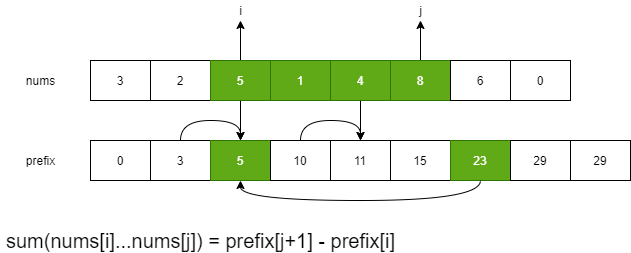
Before: Algorithm/Other/PrefixSum.drawio.png, a diagram exported from draw.io (futugyou/CodeFragments). Source tidied: cells renumbered, new cells last; positions are measured from the earlier drawing's top-left corner, leaving out a move shared by most shapes. The source it was exported from:
```xml
<mxGraphModel>
  <root>
    <mxCell id="0" />
    <mxCell id="1" parent="0" />
    <mxCell id="2" value="3" style="rounded=0;whiteSpace=wrap;html=1;" parent="1" vertex="1">
      <mxGeometry x="90" y="60" width="60" height="40" as="geometry" />
    </mxCell>
    <mxCell id="3" value="2" style="rounded=0;whiteSpace=wrap;html=1;" parent="1" vertex="1">
      <mxGeometry x="150" y="60" width="60" height="40" as="geometry" />
    </mxCell>
    <mxCell id="4" style="edgeStyle=orthogonalEdgeStyle;curved=1;rounded=0;jettySize=auto;html=1;exitX=0.5;exitY=1;exitDx=0;exitDy=0;entryX=0.5;entryY=0;entryDx=0;entryDy=0;" parent="1" edge="1" source="6" target="17">
      <mxGeometry relative="1" as="geometry" />
    </mxCell>
    <mxCell id="5" style="edgeStyle=orthogonalEdgeStyle;curved=1;rounded=0;jettySize=auto;html=1;exitX=0.5;exitY=0;exitDx=0;exitDy=0;" parent="1" edge="1" source="6">
      <mxGeometry relative="1" as="geometry">
        <mxPoint x="240" y="20" as="targetPoint" />
      </mxGeometry>
    </mxCell>
    <mxCell id="6" value="5" style="rounded=0;whiteSpace=wrap;html=1;fillColor=#60a917;strokeColor=#2D7600;fontColor=#ffffff;" parent="1" vertex="1">
      <mxGeometry x="210" y="60" width="60" height="40" as="geometry" />
    </mxCell>
    <mxCell id="7" style="edgeStyle=orthogonalEdgeStyle;curved=1;rounded=0;jettySize=auto;html=1;exitX=0.5;exitY=1;exitDx=0;exitDy=0;entryX=0.5;entryY=0;entryDx=0;entryDy=0;" parent="1" edge="1" source="9" target="20">
      <mxGeometry relative="1" as="geometry" />
    </mxCell>
    <mxCell id="8" value="1" style="rounded=0;whiteSpace=wrap;html=1;fillColor=#60a917;strokeColor=#2D7600;fontColor=#ffffff;" parent="1" vertex="1">
      <mxGeometry x="270" y="60" width="60" height="40" as="geometry" />
    </mxCell>
    <mxCell id="9" value="4" style="rounded=0;whiteSpace=wrap;html=1;fillColor=#60a917;strokeColor=#2D7600;fontColor=#ffffff;" parent="1" vertex="1">
      <mxGeometry x="330" y="60" width="60" height="40" as="geometry" />
    </mxCell>
    <mxCell id="10" style="edgeStyle=orthogonalEdgeStyle;curved=1;rounded=0;jettySize=auto;html=1;exitX=0.5;exitY=0;exitDx=0;exitDy=0;" parent="1" edge="1" source="11">
      <mxGeometry relative="1" as="geometry">
        <mxPoint x="420" y="20" as="targetPoint" />
      </mxGeometry>
    </mxCell>
    <mxCell id="11" value="8" style="rounded=0;whiteSpace=wrap;html=1;fillColor=#60a917;strokeColor=#2D7600;fontColor=#ffffff;" parent="1" vertex="1">
      <mxGeometry x="390" y="60" width="60" height="40" as="geometry" />
    </mxCell>
    <mxCell id="12" value="6" style="rounded=0;whiteSpace=wrap;html=1;" parent="1" vertex="1">
      <mxGeometry x="450" y="60" width="60" height="40" as="geometry" />
    </mxCell>
    <mxCell id="13" value="0" style="rounded=0;whiteSpace=wrap;html=1;" parent="1" vertex="1">
      <mxGeometry x="510" y="60" width="60" height="40" as="geometry" />
    </mxCell>
    <mxCell id="14" value="nums" style="text;html=1;align=center;verticalAlign=middle;strokeColor=none;" parent="1" vertex="1">
      <mxGeometry x="20" y="70" width="40" height="20" as="geometry" />
    </mxCell>
    <mxCell id="15" value="3" style="rounded=0;whiteSpace=wrap;html=1;" parent="1" vertex="1">
      <mxGeometry x="150" y="140" width="60" height="40" as="geometry" />
    </mxCell>
    <mxCell id="16" style="edgeStyle=orthogonalEdgeStyle;curved=1;rounded=0;jettySize=auto;html=1;exitX=0.5;exitY=0;exitDx=0;exitDy=0;entryX=0.5;entryY=0;entryDx=0;entryDy=0;" parent="1" edge="1" source="15" target="17">
      <mxGeometry relative="1" as="geometry" />
    </mxCell>
    <mxCell id="17" value="5" style="rounded=0;whiteSpace=wrap;html=1;fillColor=#60a917;strokeColor=#2D7600;fontColor=#ffffff;" parent="1" vertex="1">
      <mxGeometry x="210" y="140" width="60" height="40" as="geometry" />
    </mxCell>
    <mxCell id="18" style="edgeStyle=orthogonalEdgeStyle;curved=1;rounded=0;jettySize=auto;html=1;exitX=0.5;exitY=0;exitDx=0;exitDy=0;entryX=0.5;entryY=0;entryDx=0;entryDy=0;" parent="1" edge="1" source="19" target="20">
      <mxGeometry relative="1" as="geometry" />
    </mxCell>
    <mxCell id="19" value="10" style="rounded=0;whiteSpace=wrap;html=1;" parent="1" vertex="1">
      <mxGeometry x="270" y="140" width="60" height="40" as="geometry" />
    </mxCell>
    <mxCell id="20" value="11" style="rounded=0;whiteSpace=wrap;html=1;" parent="1" vertex="1">
      <mxGeometry x="330" y="140" width="60" height="40" as="geometry" />
    </mxCell>
    <mxCell id="21" value="15" style="rounded=0;whiteSpace=wrap;html=1;" parent="1" vertex="1">
      <mxGeometry x="390" y="140" width="60" height="40" as="geometry" />
    </mxCell>
    <mxCell id="22" value="23" style="rounded=0;whiteSpace=wrap;html=1;fillColor=#60a917;strokeColor=#2D7600;fontColor=#ffffff;" parent="1" vertex="1">
      <mxGeometry x="450" y="140" width="60" height="40" as="geometry" />
    </mxCell>
    <mxCell id="23" style="edgeStyle=orthogonalEdgeStyle;curved=1;rounded=0;jettySize=auto;html=1;exitX=0.5;exitY=1;exitDx=0;exitDy=0;entryX=0.5;entryY=1;entryDx=0;entryDy=0;" parent="1" edge="1" source="22" target="17">
      <mxGeometry relative="1" as="geometry" />
    </mxCell>
    <mxCell id="24" value="29" style="rounded=0;whiteSpace=wrap;html=1;" parent="1" vertex="1">
      <mxGeometry x="510" y="140" width="60" height="40" as="geometry" />
    </mxCell>
    <mxCell id="25" value="29" style="rounded=0;whiteSpace=wrap;html=1;" parent="1" vertex="1">
      <mxGeometry x="570" y="140" width="60" height="40" as="geometry" />
    </mxCell>
    <mxCell id="26" value="prefix" style="text;html=1;align=center;verticalAlign=middle;strokeColor=none;" parent="1" vertex="1">
      <mxGeometry x="20" y="150" width="40" height="20" as="geometry" />
    </mxCell>
    <mxCell id="27" value="0" style="rounded=0;whiteSpace=wrap;html=1;" parent="1" vertex="1">
      <mxGeometry x="90" y="140" width="60" height="40" as="geometry" />
    </mxCell>
    <mxCell id="28" value="&lt;font style=&quot;font-size: 20px&quot;&gt;sum(nums[i]...nums[j]) = prefix[j+1] - prefix[i]&lt;/font&gt;" style="text;html=1;align=center;verticalAlign=middle;strokeColor=none;" parent="1" vertex="1">
      <mxGeometry y="230" width="400" height="20" as="geometry" />
    </mxCell>
    <mxCell id="29" value="i" style="text;html=1;align=center;verticalAlign=middle;strokeColor=none;" parent="1" vertex="1">
      <mxGeometry x="230" width="20" height="20" as="geometry" />
    </mxCell>
    <mxCell id="30" value="j" style="text;html=1;align=center;verticalAlign=middle;strokeColor=none;" parent="1" vertex="1">
      <mxGeometry x="410" width="20" height="20" as="geometry" />
    </mxCell>
  </root>
</mxGraphModel>
```
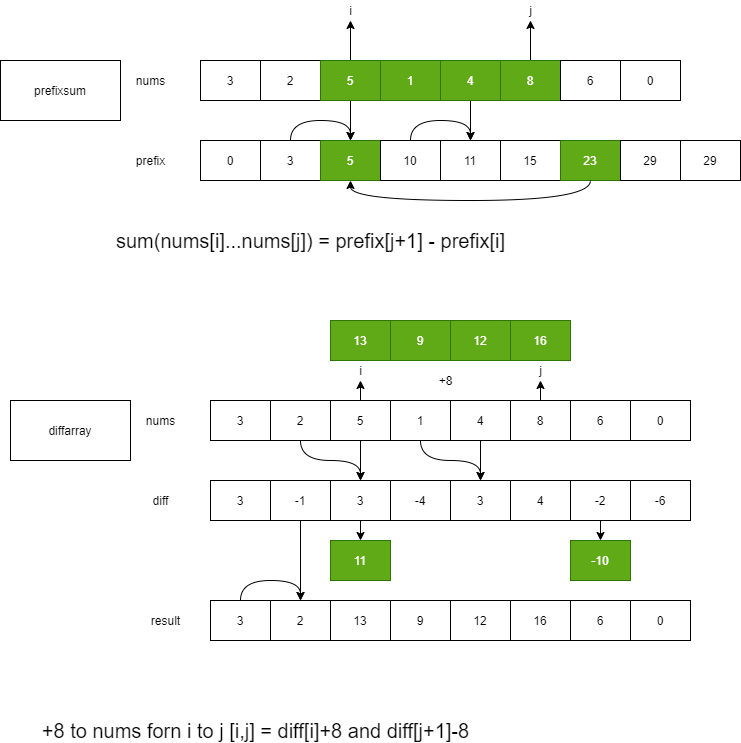
The same diagram one commit later.

Commit message:
add diff array

Change to the diagram source:
```diff
@@ -93,5 +93,158 @@
     <mxCell id="30" value="j" style="text;html=1;align=center;verticalAlign=middle;strokeColor=none;" parent="1" vertex="1">
       <mxGeometry x="410" width="20" height="20" as="geometry" />
     </mxCell>
+    <mxCell id="31" value="prefixsum" style="whiteSpace=wrap;html=1;" parent="1" vertex="1">
+      <mxGeometry x="-110" y="60" width="120" height="60" as="geometry" />
+    </mxCell>
+    <mxCell id="32" value="3" style="rounded=0;whiteSpace=wrap;html=1;" parent="1" vertex="1">
+      <mxGeometry x="100" y="400" width="60" height="40" as="geometry" />
+    </mxCell>
+    <mxCell id="33" value="2" style="rounded=0;whiteSpace=wrap;html=1;" parent="1" vertex="1">
+      <mxGeometry x="160" y="400" width="60" height="40" as="geometry" />
+    </mxCell>
+    <mxCell id="34" style="edgeStyle=orthogonalEdgeStyle;curved=1;rounded=0;jettySize=auto;html=1;exitX=0.5;exitY=1;exitDx=0;exitDy=0;entryX=0.5;entryY=0;entryDx=0;entryDy=0;" parent="1" edge="1" source="36" target="49">
+      <mxGeometry relative="1" as="geometry" />
+    </mxCell>
+    <mxCell id="35" style="edgeStyle=orthogonalEdgeStyle;curved=1;rounded=0;jettySize=auto;html=1;exitX=0.5;exitY=0;exitDx=0;exitDy=0;" parent="1" edge="1" source="36">
+      <mxGeometry relative="1" as="geometry">
+        <mxPoint x="250" y="380" as="targetPoint" />
+      </mxGeometry>
+    </mxCell>
+    <mxCell id="36" value="5" style="rounded=0;whiteSpace=wrap;html=1;" parent="1" vertex="1">
+      <mxGeometry x="220" y="400" width="60" height="40" as="geometry" />
+    </mxCell>
+    <mxCell id="37" style="edgeStyle=orthogonalEdgeStyle;curved=1;rounded=0;jettySize=auto;html=1;exitX=0.5;exitY=1;exitDx=0;exitDy=0;entryX=0.5;entryY=0;entryDx=0;entryDy=0;" parent="1" edge="1" source="39" target="52">
+      <mxGeometry relative="1" as="geometry" />
+    </mxCell>
+    <mxCell id="38" value="1" style="rounded=0;whiteSpace=wrap;html=1;" parent="1" vertex="1">
+      <mxGeometry x="280" y="400" width="60" height="40" as="geometry" />
+    </mxCell>
+    <mxCell id="39" value="4" style="rounded=0;whiteSpace=wrap;html=1;" parent="1" vertex="1">
+      <mxGeometry x="340" y="400" width="60" height="40" as="geometry" />
+    </mxCell>
+    <mxCell id="40" style="edgeStyle=orthogonalEdgeStyle;curved=1;rounded=0;jettySize=auto;html=1;exitX=0.5;exitY=0;exitDx=0;exitDy=0;" parent="1" edge="1" source="41">
+      <mxGeometry relative="1" as="geometry">
+        <mxPoint x="430" y="380" as="targetPoint" />
+      </mxGeometry>
+    </mxCell>
+    <mxCell id="41" value="8" style="rounded=0;whiteSpace=wrap;html=1;" parent="1" vertex="1">
+      <mxGeometry x="400" y="400" width="60" height="40" as="geometry" />
+    </mxCell>
+    <mxCell id="42" value="6" style="rounded=0;whiteSpace=wrap;html=1;" parent="1" vertex="1">
+      <mxGeometry x="460" y="400" width="60" height="40" as="geometry" />
+    </mxCell>
+    <mxCell id="43" value="0" style="rounded=0;whiteSpace=wrap;html=1;" parent="1" vertex="1">
+      <mxGeometry x="520" y="400" width="60" height="40" as="geometry" />
+    </mxCell>
+    <mxCell id="44" value="nums" style="text;html=1;align=center;verticalAlign=middle;strokeColor=none;" parent="1" vertex="1">
+      <mxGeometry x="30" y="410" width="40" height="20" as="geometry" />
+    </mxCell>
+    <mxCell id="45" style="edgeStyle=orthogonalEdgeStyle;curved=1;rounded=0;jettySize=auto;html=1;exitX=0.5;exitY=1;exitDx=0;exitDy=0;" parent="1" edge="1" source="46">
+      <mxGeometry relative="1" as="geometry">
+        <mxPoint x="190" y="600" as="targetPoint" />
+      </mxGeometry>
+    </mxCell>
+    <mxCell id="46" value="-1" style="rounded=0;whiteSpace=wrap;html=1;" parent="1" vertex="1">
+      <mxGeometry x="160" y="480" width="60" height="40" as="geometry" />
+    </mxCell>
+    <mxCell id="47" style="edgeStyle=orthogonalEdgeStyle;curved=1;rounded=0;jettySize=auto;html=1;exitX=0.5;exitY=1;exitDx=0;exitDy=0;entryX=0.5;entryY=0;entryDx=0;entryDy=0;" parent="1" edge="1" source="33" target="49">
+      <mxGeometry relative="1" as="geometry" />
+    </mxCell>
+    <mxCell id="48" style="edgeStyle=orthogonalEdgeStyle;curved=1;rounded=0;jettySize=auto;html=1;exitX=0.5;exitY=1;exitDx=0;exitDy=0;entryX=0.5;entryY=0;entryDx=0;entryDy=0;" parent="1" edge="1" source="49" target="68">
+      <mxGeometry relative="1" as="geometry" />
+    </mxCell>
+    <mxCell id="49" value="3" style="rounded=0;whiteSpace=wrap;html=1;" parent="1" vertex="1">
+      <mxGeometry x="220" y="480" width="60" height="40" as="geometry" />
+    </mxCell>
+    <mxCell id="50" style="edgeStyle=orthogonalEdgeStyle;curved=1;rounded=0;jettySize=auto;html=1;exitX=0.5;exitY=1;exitDx=0;exitDy=0;entryX=0.5;entryY=0;entryDx=0;entryDy=0;" parent="1" edge="1" source="38" target="52">
+      <mxGeometry relative="1" as="geometry" />
+    </mxCell>
+    <mxCell id="51" value="-4" style="rounded=0;whiteSpace=wrap;html=1;" parent="1" vertex="1">
+      <mxGeometry x="280" y="480" width="60" height="40" as="geometry" />
+    </mxCell>
+    <mxCell id="52" value="3" style="rounded=0;whiteSpace=wrap;html=1;" parent="1" vertex="1">
+      <mxGeometry x="340" y="480" width="60" height="40" as="geometry" />
+    </mxCell>
+    <mxCell id="53" value="4" style="rounded=0;whiteSpace=wrap;html=1;" parent="1" vertex="1">
+      <mxGeometry x="400" y="480" width="60" height="40" as="geometry" />
+    </mxCell>
+    <mxCell id="54" style="edgeStyle=orthogonalEdgeStyle;curved=1;rounded=0;jettySize=auto;html=1;exitX=0.5;exitY=1;exitDx=0;exitDy=0;entryX=0.5;entryY=0;entryDx=0;entryDy=0;" parent="1" edge="1" source="55" target="69">
+      <mxGeometry relative="1" as="geometry" />
+    </mxCell>
+    <mxCell id="55" value="-2" style="rounded=0;whiteSpace=wrap;html=1;" parent="1" vertex="1">
+      <mxGeometry x="460" y="480" width="60" height="40" as="geometry" />
+    </mxCell>
+    <mxCell id="56" value="-6" style="rounded=0;whiteSpace=wrap;html=1;" parent="1" vertex="1">
+      <mxGeometry x="520" y="480" width="60" height="40" as="geometry" />
+    </mxCell>
+    <mxCell id="57" value="diff" style="text;html=1;align=center;verticalAlign=middle;strokeColor=none;" parent="1" vertex="1">
+      <mxGeometry x="35" y="490" width="30" height="20" as="geometry" />
+    </mxCell>
+    <mxCell id="58" value="3" style="rounded=0;whiteSpace=wrap;html=1;" parent="1" vertex="1">
+      <mxGeometry x="100" y="480" width="60" height="40" as="geometry" />
+    </mxCell>
+    <mxCell id="59" value="&lt;font style=&quot;font-size: 20px&quot;&gt;+8 to nums forn i to j [i,j] = diff[i]+8 and diff[j+1]-8&lt;/font&gt;" style="text;html=1;align=center;verticalAlign=middle;strokeColor=none;" parent="1" vertex="1">
+      <mxGeometry x="-75" y="720" width="440" height="20" as="geometry" />
+    </mxCell>
+    <mxCell id="60" value="i" style="text;html=1;align=center;verticalAlign=middle;strokeColor=none;" parent="1" vertex="1">
+      <mxGeometry x="240" y="360" width="20" height="20" as="geometry" />
+    </mxCell>
+    <mxCell id="61" value="j" style="text;html=1;align=center;verticalAlign=middle;strokeColor=none;" parent="1" vertex="1">
+      <mxGeometry x="420" y="360" width="20" height="20" as="geometry" />
+    </mxCell>
+    <mxCell id="62" value="diffarray" style="whiteSpace=wrap;html=1;" parent="1" vertex="1">
+      <mxGeometry x="-100" y="400" width="120" height="60" as="geometry" />
+    </mxCell>
+    <mxCell id="63" value="13" style="rounded=0;whiteSpace=wrap;html=1;fillColor=#60a917;strokeColor=#2D7600;fontColor=#ffffff;" parent="1" vertex="1">
+      <mxGeometry x="220" y="320" width="60" height="40" as="geometry" />
+    </mxCell>
+    <mxCell id="64" value="9" style="rounded=0;whiteSpace=wrap;html=1;fillColor=#60a917;strokeColor=#2D7600;fontColor=#ffffff;" parent="1" vertex="1">
+      <mxGeometry x="280" y="320" width="60" height="40" as="geometry" />
+    </mxCell>
+    <mxCell id="65" value="12" style="rounded=0;whiteSpace=wrap;html=1;fillColor=#60a917;strokeColor=#2D7600;fontColor=#ffffff;" parent="1" vertex="1">
+      <mxGeometry x="340" y="320" width="60" height="40" as="geometry" />
+    </mxCell>
+    <mxCell id="66" value="16" style="rounded=0;whiteSpace=wrap;html=1;fillColor=#60a917;strokeColor=#2D7600;fontColor=#ffffff;" parent="1" vertex="1">
+      <mxGeometry x="400" y="320" width="60" height="40" as="geometry" />
+    </mxCell>
+    <mxCell id="67" value="+8" style="text;html=1;align=center;verticalAlign=middle;strokeColor=none;" parent="1" vertex="1">
+      <mxGeometry x="320" y="370" width="30" height="20" as="geometry" />
+    </mxCell>
+    <mxCell id="68" value="11" style="rounded=0;whiteSpace=wrap;html=1;fillColor=#60a917;strokeColor=#2D7600;fontColor=#ffffff;" parent="1" vertex="1">
+      <mxGeometry x="220" y="540" width="60" height="40" as="geometry" />
+    </mxCell>
+    <mxCell id="69" value="-10" style="rounded=0;whiteSpace=wrap;html=1;fillColor=#60a917;strokeColor=#2D7600;fontColor=#ffffff;" parent="1" vertex="1">
+      <mxGeometry x="460" y="540" width="60" height="40" as="geometry" />
+    </mxCell>
+    <mxCell id="70" value="result" style="text;html=1;align=center;verticalAlign=middle;strokeColor=none;" parent="1" vertex="1">
+      <mxGeometry x="35" y="610" width="40" height="20" as="geometry" />
+    </mxCell>
+    <mxCell id="71" value="2" style="rounded=0;whiteSpace=wrap;html=1;" parent="1" vertex="1">
+      <mxGeometry x="160" y="600" width="60" height="40" as="geometry" />
+    </mxCell>
+    <mxCell id="72" value="13" style="rounded=0;whiteSpace=wrap;html=1;" parent="1" vertex="1">
+      <mxGeometry x="220" y="600" width="60" height="40" as="geometry" />
+    </mxCell>
+    <mxCell id="73" value="9" style="rounded=0;whiteSpace=wrap;html=1;" parent="1" vertex="1">
+      <mxGeometry x="280" y="600" width="60" height="40" as="geometry" />
+    </mxCell>
+    <mxCell id="74" value="12" style="rounded=0;whiteSpace=wrap;html=1;" parent="1" vertex="1">
+      <mxGeometry x="340" y="600" width="60" height="40" as="geometry" />
+    </mxCell>
+    <mxCell id="75" value="16" style="rounded=0;whiteSpace=wrap;html=1;" parent="1" vertex="1">
+      <mxGeometry x="400" y="600" width="60" height="40" as="geometry" />
+    </mxCell>
+    <mxCell id="76" value="6" style="rounded=0;whiteSpace=wrap;html=1;" parent="1" vertex="1">
+      <mxGeometry x="460" y="600" width="60" height="40" as="geometry" />
+    </mxCell>
+    <mxCell id="77" value="0" style="rounded=0;whiteSpace=wrap;html=1;" parent="1" vertex="1">
+      <mxGeometry x="520" y="600" width="60" height="40" as="geometry" />
+    </mxCell>
+    <mxCell id="78" style="edgeStyle=orthogonalEdgeStyle;curved=1;rounded=0;jettySize=auto;html=1;exitX=0.5;exitY=0;exitDx=0;exitDy=0;entryX=0.5;entryY=0;entryDx=0;entryDy=0;" parent="1" edge="1" source="79" target="71">
+      <mxGeometry relative="1" as="geometry" />
+    </mxCell>
+    <mxCell id="79" value="3" style="rounded=0;whiteSpace=wrap;html=1;" parent="1" vertex="1">
+      <mxGeometry x="100" y="600" width="60" height="40" as="geometry" />
+    </mxCell>
   </root>
 </mxGraphModel>
```
